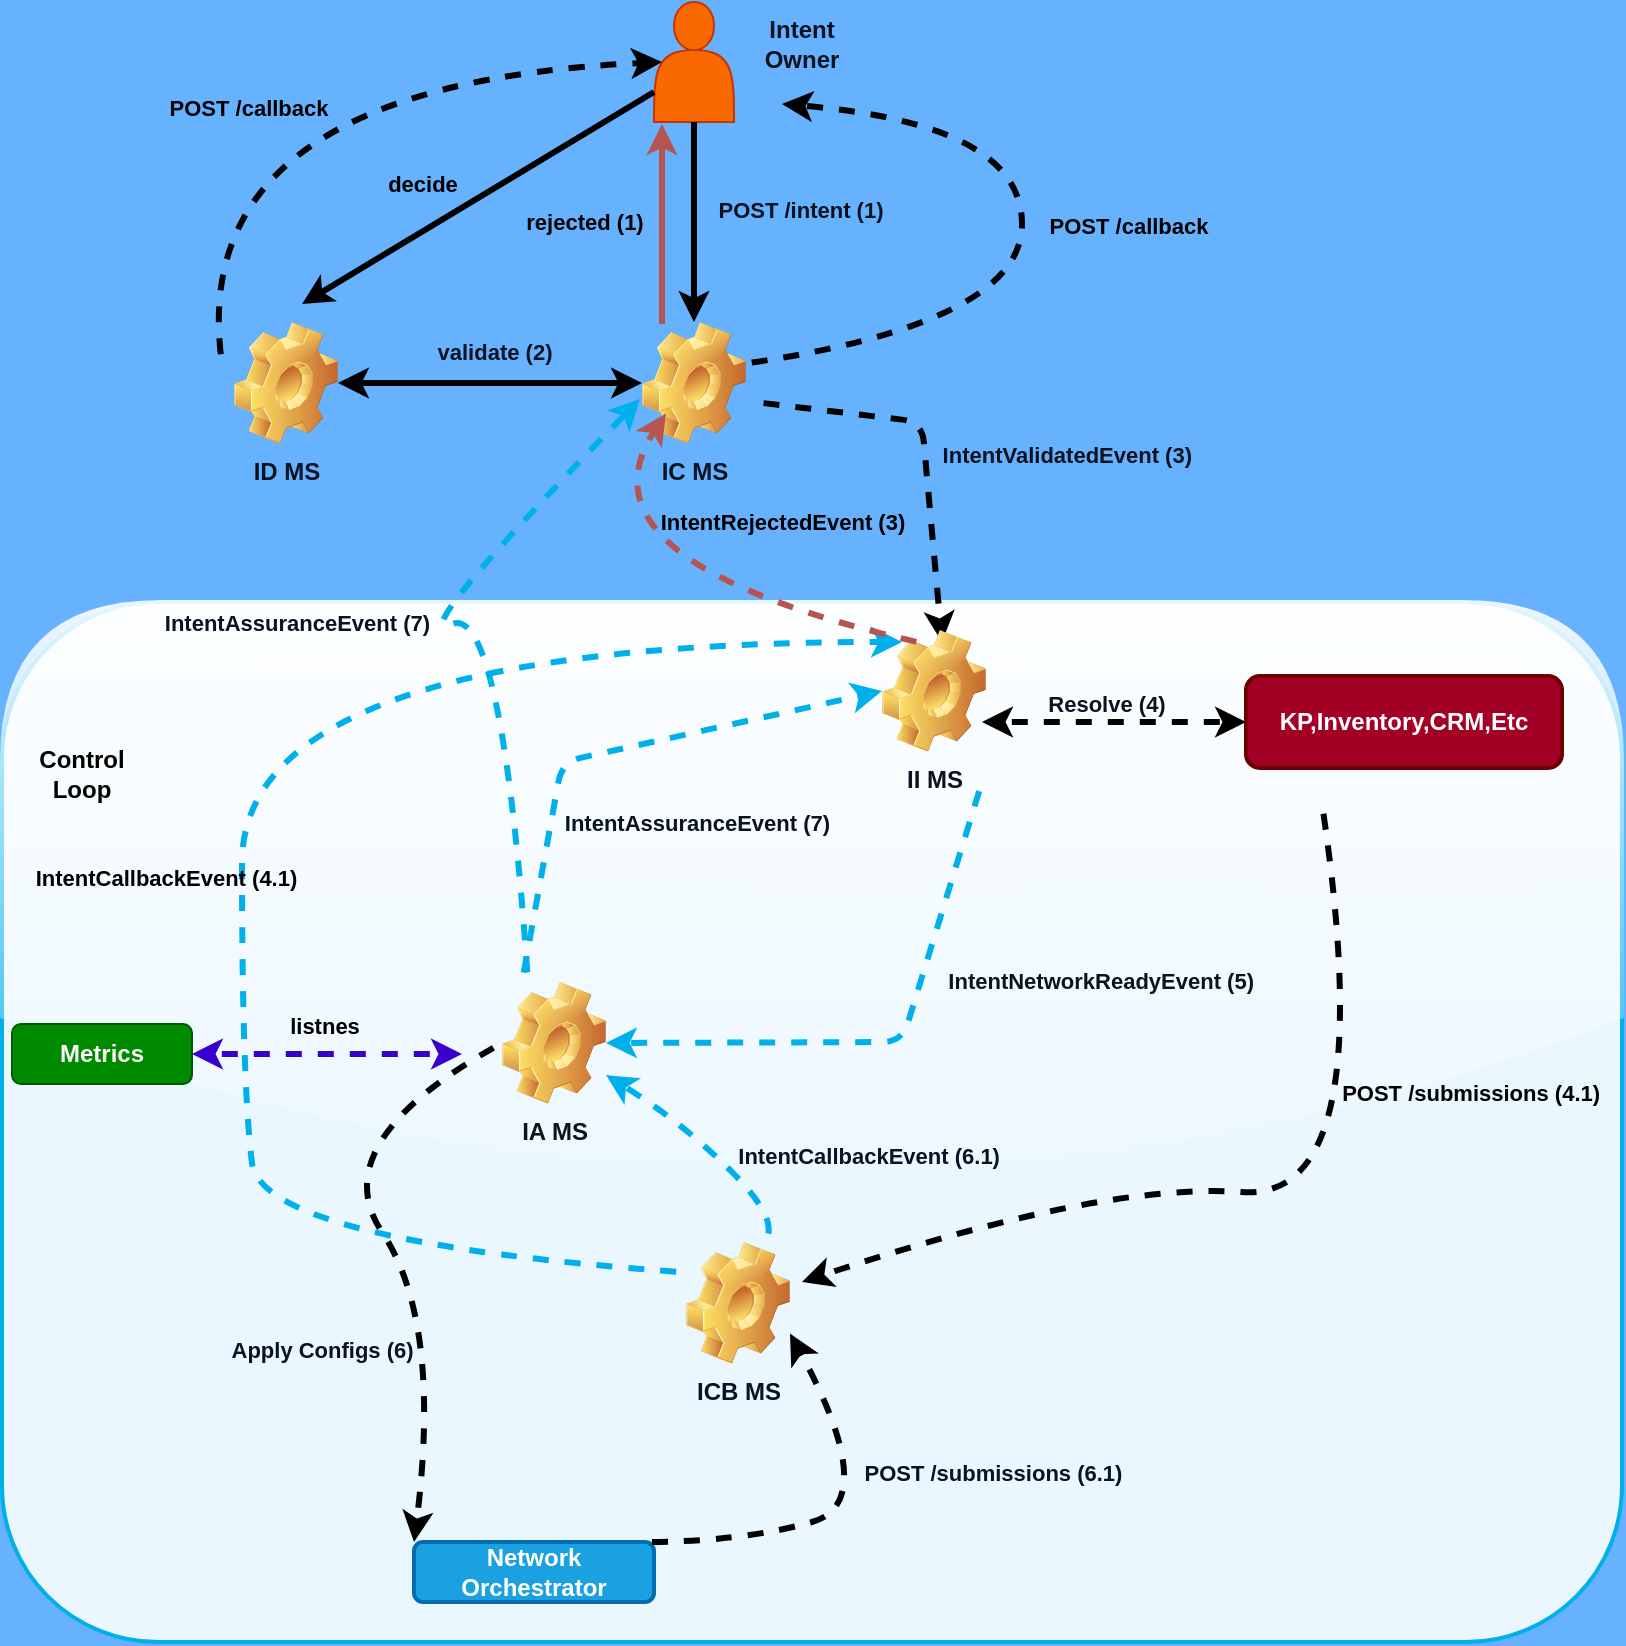
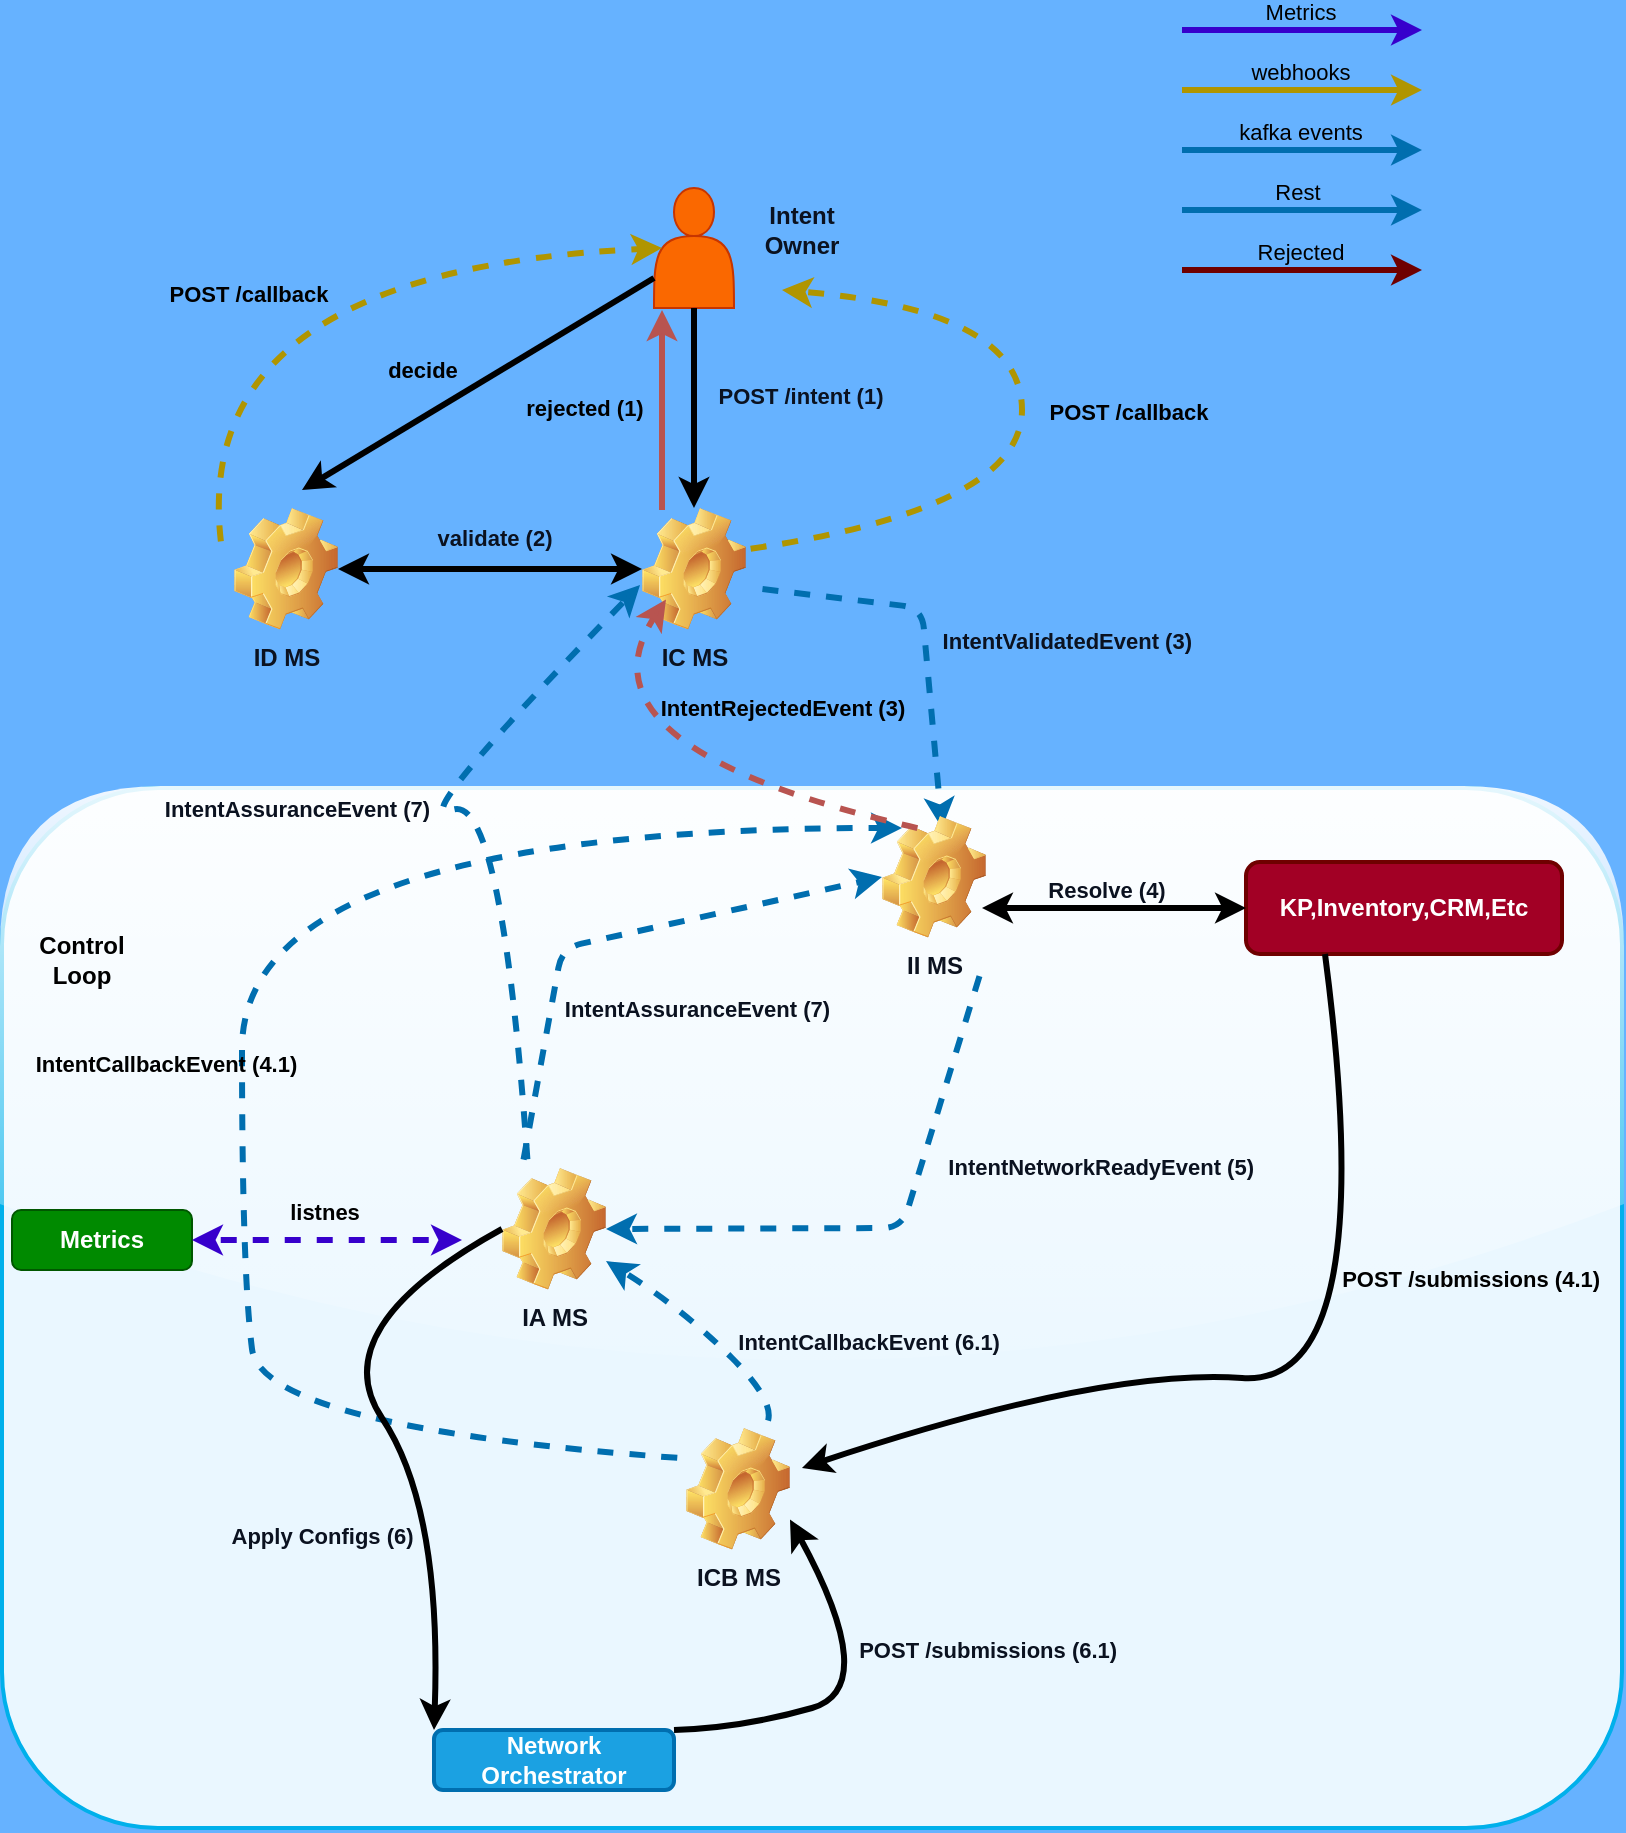
<mxfile host="65bd71144e">
    <diagram id="hkdiFI0e61aXNWWX01rr" name="Page-1">
-         <mxGraphModel dx="678" dy="638" grid="1" gridSize="10" guides="1" tooltips="1" connect="1" arrows="1" fold="1" page="1" pageScale="1" pageWidth="827" pageHeight="1169" background="#66B2FF" math="0" shadow="0">
+         <mxGraphModel dx="978" dy="638" grid="1" gridSize="10" guides="1" tooltips="1" connect="1" arrows="1" fold="1" page="1" pageScale="1" pageWidth="827" pageHeight="1169" background="#66B2FF" math="0" shadow="0">
            <root>
                <mxCell id="0"/>
                <mxCell id="1" parent="0"/>
                <mxCell id="44" value="" style="rounded=1;whiteSpace=wrap;html=1;strokeWidth=2;glass=1;shadow=0;fillStyle=auto;fillColor=#EAF7FF;fontColor=#0B1220;strokeColor=#00B0EB;" parent="1" vertex="1">
                    <mxGeometry x="10" y="449" width="810" height="520" as="geometry"/>
                </mxCell>
                <mxCell id="2" value="IA MS" style="shape=image;html=1;verticalLabelPosition=bottom;verticalAlign=top;imageAspect=1;aspect=fixed;image=img/clipart/Gear_128x128.png;container=0;fontStyle=1;fillColor=#E6F7FF;strokeColor=#00B0EB;fontColor=#0B1220;strokeWidth=2;shadow=0;" parent="1" vertex="1">
                    <mxGeometry x="260" y="639" width="52" height="61" as="geometry"/>
                </mxCell>
-                 <mxCell id="7" value="" style="endArrow=classic;html=1;shadow=0;flowAnimation=1;strokeWidth=3;strokeColor=#00B0EB;entryX=0;entryY=0.5;entryDx=0;entryDy=0;jumpStyle=arc;fontColor=#0B1220;" parent="1" target="28" edge="1">
+                 <mxCell id="7" value="" style="endArrow=classic;html=1;shadow=0;flowAnimation=1;strokeWidth=3;strokeColor=#006EAF;entryX=0;entryY=0.5;entryDx=0;entryDy=0;jumpStyle=arc;fontColor=#0B1220;fillColor=#1ba1e2;" parent="1" target="28" edge="1">
                    <mxGeometry width="50" height="50" relative="1" as="geometry">
                        <mxPoint x="270" y="639" as="sourcePoint"/>
                        <mxPoint x="430" y="489" as="targetPoint"/>
                        <Array as="points">
                            <mxPoint x="290" y="529"/>
                        </Array>
                    </mxGeometry>
                </mxCell>
                <mxCell id="9" value="IntentNetworkReadyEvent (5)" style="edgeLabel;align=center;verticalAlign=middle;resizable=0;points=[];container=0;fontColor=#0B1220;labelBackgroundColor=none;fontStyle=1;fillColor=#E8F5E9;strokeColor=#2E7D32;strokeWidth=2;shadow=0;" parent="7" vertex="1" connectable="0">
                    <mxGeometry x="0.0249" y="3" relative="1" as="geometry">
                        <mxPoint x="241" y="118" as="offset"/>
                    </mxGeometry>
                </mxCell>
-                 <mxCell id="8" value="" style="endArrow=classic;html=1;entryX=1;entryY=0.5;entryDx=0;entryDy=0;exitX=1;exitY=1;exitDx=0;exitDy=0;flowAnimation=1;jumpStyle=arc;strokeWidth=3;strokeColor=#00B0EB;fontColor=#0B1220;" parent="1" target="2" edge="1">
+                 <mxCell id="8" value="" style="endArrow=classic;html=1;entryX=1;entryY=0.5;entryDx=0;entryDy=0;exitX=1;exitY=1;exitDx=0;exitDy=0;flowAnimation=1;jumpStyle=arc;strokeWidth=3;strokeColor=#006EAF;fontColor=#0B1220;fillColor=#1ba1e2;" parent="1" target="2" edge="1">
                    <mxGeometry width="50" height="50" relative="1" as="geometry">
                        <mxPoint x="500" y="539" as="sourcePoint"/>
                        <mxPoint x="470" y="719" as="targetPoint"/>
                        <Array as="points">
                            <mxPoint x="460" y="669"/>
                        </Array>
                    </mxGeometry>
                </mxCell>
                <mxCell id="10" value="IntentAssuranceEvent (7)" style="edgeLabel;align=center;verticalAlign=middle;resizable=0;points=[];container=0;labelBackgroundColor=none;fontStyle=1;fillColor=#FFEBEE;strokeColor=#C62828;fontColor=#0B1220;strokeWidth=2;shadow=0;" parent="8" vertex="1" connectable="0">
                    <mxGeometry x="-0.196" relative="1" as="geometry">
                        <mxPoint x="-109" y="-89" as="offset"/>
                    </mxGeometry>
                </mxCell>
                <mxCell id="12" value="IC MS" style="shape=image;html=1;verticalLabelPosition=bottom;verticalAlign=top;imageAspect=1;aspect=fixed;image=img/clipart/Gear_128x128.png;fontStyle=1;fillColor=#E6F7FF;strokeColor=#00B0EB;fontColor=#0B1220;strokeWidth=2;shadow=0;" parent="1" vertex="1">
                    <mxGeometry x="330" y="309" width="52" height="61" as="geometry"/>
                </mxCell>
                <mxCell id="13" value="" style="shape=actor;whiteSpace=wrap;html=1;fillColor=#fa6800;strokeColor=#C73500;fontColor=#000000;shadow=0;" parent="1" vertex="1">
                    <mxGeometry x="336" y="149" width="40" height="60" as="geometry"/>
                </mxCell>
                <mxCell id="14" value="" style="endArrow=classic;html=1;exitX=0.5;exitY=1;exitDx=0;exitDy=0;strokeWidth=3;flowAnimation=0;strokeColor=default;fontColor=#0B1220;" parent="1" source="13" target="12" edge="1">
                    <mxGeometry width="50" height="50" relative="1" as="geometry">
                        <mxPoint x="430" y="379" as="sourcePoint"/>
                        <mxPoint x="480" y="329" as="targetPoint"/>
                    </mxGeometry>
                </mxCell>
                <mxCell id="17" value="POST /intent (1)" style="edgeLabel;html=1;align=center;verticalAlign=middle;resizable=0;points=[];fontColor=#0B1220;fontStyle=1;labelBackgroundColor=none;strokeColor=#64748B;shadow=0;" parent="14" vertex="1" connectable="0">
                    <mxGeometry x="-0.13" relative="1" as="geometry">
                        <mxPoint x="53" as="offset"/>
                    </mxGeometry>
                </mxCell>
                <mxCell id="15" value="ICB MS" style="shape=image;html=1;verticalLabelPosition=bottom;verticalAlign=top;imageAspect=1;aspect=fixed;image=img/clipart/Gear_128x128.png;fontStyle=1;fillColor=#FFF3E0;strokeColor=#F57C00;fontColor=#0B1220;strokeWidth=2;shadow=0;" parent="1" vertex="1">
                    <mxGeometry x="352" y="769" width="52" height="61" as="geometry"/>
                </mxCell>
-                 <mxCell id="16" value="" style="endArrow=classic;html=1;exitX=0.5;exitY=1;exitDx=0;exitDy=0;strokeWidth=3;flowAnimation=1;jumpStyle=arc;strokeColor=default;fontColor=#0B1220;" parent="1" edge="1">
+                 <mxCell id="16" value="" style="endArrow=classic;html=1;exitX=0.5;exitY=1;exitDx=0;exitDy=0;strokeWidth=3;flowAnimation=1;jumpStyle=arc;strokeColor=#006EAF;fontColor=#0B1220;fillColor=#1ba1e2;" parent="1" edge="1">
                    <mxGeometry width="50" height="50" relative="1" as="geometry">
                        <mxPoint x="386" y="349" as="sourcePoint"/>
                        <mxPoint x="480" y="469" as="targetPoint"/>
                        <Array as="points">
                            <mxPoint x="470" y="359"/>
                        </Array>
                    </mxGeometry>
                </mxCell>
                <mxCell id="18" value="IntentValidatedEvent (3)" style="edgeLabel;align=center;verticalAlign=middle;resizable=0;points=[];fontColor=#0B1220;fontStyle=1;labelBackgroundColor=none;strokeColor=#64748B;shadow=0;" parent="16" vertex="1" connectable="0">
                    <mxGeometry x="0.0229" y="-3" relative="1" as="geometry">
                        <mxPoint x="74" as="offset"/>
                    </mxGeometry>
                </mxCell>
                <mxCell id="21" value="Network Orchestrator" style="rounded=1;whiteSpace=wrap;html=1;fillColor=#1ba1e2;fontColor=#ffffff;strokeColor=#006EAF;fontStyle=1;strokeWidth=2;shadow=0;" parent="1" vertex="1">
-                     <mxGeometry x="216" y="919" width="120" height="30" as="geometry"/>
+                     <mxGeometry x="226" y="920" width="120" height="30" as="geometry"/>
                </mxCell>
                <mxCell id="22" value="Intent Owner" style="text;html=1;align=center;verticalAlign=middle;whiteSpace=wrap;rounded=0;fontStyle=1;fillColor=none;strokeColor=none;fontColor=#0B1220;strokeWidth=2;shadow=0;" parent="1" vertex="1">
                    <mxGeometry x="380" y="155" width="60" height="30" as="geometry"/>
                </mxCell>
                <mxCell id="23" value="KP,Inventory,CRM,Etc" style="rounded=1;whiteSpace=wrap;html=1;fillColor=#a20025;fontColor=#ffffff;strokeColor=#6F0000;fontStyle=1;strokeWidth=2;shadow=0;" parent="1" vertex="1">
                    <mxGeometry x="632" y="486" width="158" height="46" as="geometry"/>
                </mxCell>
-                 <mxCell id="25" value="" style="endArrow=classic;startArrow=classic;html=1;exitX=1;exitY=0.5;exitDx=0;exitDy=0;entryX=0;entryY=0.5;entryDx=0;entryDy=0;endSize=6;strokeWidth=3;flowAnimation=1;strokeColor=default;fontColor=#0B1220;" parent="1" target="23" edge="1">
+                 <mxCell id="25" value="" style="endArrow=classic;startArrow=classic;html=1;exitX=1;exitY=0.5;exitDx=0;exitDy=0;entryX=0;entryY=0.5;entryDx=0;entryDy=0;endSize=6;strokeWidth=3;flowAnimation=0;strokeColor=default;fontColor=#0B1220;" parent="1" target="23" edge="1">
                    <mxGeometry width="50" height="50" relative="1" as="geometry">
                        <mxPoint x="500" y="509" as="sourcePoint"/>
                        <mxPoint x="590" y="519" as="targetPoint"/>
                    </mxGeometry>
                </mxCell>
                <mxCell id="34" value="Resolve (4)" style="edgeLabel;html=1;align=center;verticalAlign=middle;resizable=0;points=[];fontStyle=1;labelBackgroundColor=none;strokeColor=#64748B;fontColor=#0B1220;shadow=0;" parent="25" vertex="1" connectable="0">
                    <mxGeometry x="-0.0667" relative="1" as="geometry">
                        <mxPoint y="-9" as="offset"/>
                    </mxGeometry>
                </mxCell>
                <mxCell id="28" value="II MS" style="shape=image;html=1;verticalLabelPosition=bottom;verticalAlign=top;imageAspect=1;aspect=fixed;image=img/clipart/Gear_128x128.png;fontStyle=1;fillColor=#E6F7FF;strokeColor=#00B0EB;fontColor=#0B1220;strokeWidth=2;shadow=0;enumerate=0;treeMoving=0;" parent="1" vertex="1">
                    <mxGeometry x="450" y="463" width="52" height="61" as="geometry"/>
                </mxCell>
                <mxCell id="29" value="ID MS" style="shape=image;html=1;verticalLabelPosition=bottom;verticalAlign=top;imageAspect=1;aspect=fixed;image=img/clipart/Gear_128x128.png;fontStyle=1;fillColor=#E6F7FF;strokeColor=#00B0EB;fontColor=#0B1220;strokeWidth=2;shadow=0;" parent="1" vertex="1">
                    <mxGeometry x="126" y="309" width="52" height="61" as="geometry"/>
                </mxCell>
                <mxCell id="30" value="" style="endArrow=classic;startArrow=classic;html=1;exitX=1;exitY=0.5;exitDx=0;exitDy=0;entryX=0;entryY=0.5;entryDx=0;entryDy=0;strokeWidth=3;flowAnimation=0;strokeColor=default;fontColor=#0B1220;" parent="1" source="29" target="12" edge="1">
                    <mxGeometry width="50" height="50" relative="1" as="geometry">
                        <mxPoint x="280" y="469" as="sourcePoint"/>
                        <mxPoint x="330" y="419" as="targetPoint"/>
                    </mxGeometry>
                </mxCell>
                <mxCell id="31" value="validate (2)" style="edgeLabel;html=1;align=center;verticalAlign=middle;resizable=0;points=[];fontStyle=1;labelBackgroundColor=none;strokeColor=#64748B;fontColor=#0B1220;shadow=0;" parent="30" vertex="1" connectable="0">
                    <mxGeometry y="2" relative="1" as="geometry">
                        <mxPoint x="2" y="-14" as="offset"/>
                    </mxGeometry>
                </mxCell>
-                 <mxCell id="32" value="" style="curved=1;endArrow=classic;html=1;strokeWidth=3;flowAnimation=1;fillColor=#0050ef;strokeColor=default;fontColor=#0B1220;" parent="1" edge="1">
+                 <mxCell id="32" value="" style="curved=1;endArrow=classic;html=1;strokeWidth=3;flowAnimation=0;fillColor=#0050ef;strokeColor=default;fontColor=#0B1220;exitX=0.25;exitY=1;exitDx=0;exitDy=0;" parent="1" edge="1" source="23">
                    <mxGeometry width="50" height="50" relative="1" as="geometry">
                        <mxPoint x="670" y="550" as="sourcePoint"/>
                        <mxPoint x="410" y="789" as="targetPoint"/>
                        <Array as="points">
                            <mxPoint x="700" y="749"/>
                            <mxPoint x="560" y="739"/>
                        </Array>
                    </mxGeometry>
                </mxCell>
-                 <mxCell id="33" value="" style="curved=1;endArrow=classic;html=1;exitX=0;exitY=0.25;exitDx=0;exitDy=0;strokeWidth=3;flowAnimation=1;fillColor=#0050ef;strokeColor=#00B0EB;fontColor=#0B1220;" parent="1" source="15" edge="1">
+                 <mxCell id="33" value="" style="curved=1;endArrow=classic;html=1;exitX=0;exitY=0.25;exitDx=0;exitDy=0;strokeWidth=3;flowAnimation=1;fillColor=#1ba1e2;strokeColor=#006EAF;fontColor=#0B1220;" parent="1" source="15" edge="1">
                    <mxGeometry width="50" height="50" relative="1" as="geometry">
                        <mxPoint x="90" y="769" as="sourcePoint"/>
                        <mxPoint x="460" y="469" as="targetPoint"/>
                        <Array as="points">
                            <mxPoint x="140" y="769"/>
                            <mxPoint x="130" y="690"/>
                            <mxPoint x="130" y="469"/>
                        </Array>
                    </mxGeometry>
                </mxCell>
-                 <mxCell id="36" value="" style="curved=1;endArrow=classic;html=1;exitX=0;exitY=0.5;exitDx=0;exitDy=0;entryX=0;entryY=0;entryDx=0;entryDy=0;strokeWidth=3;fillColor=#e3c800;strokeColor=default;flowAnimation=1;fontColor=#0B1220;" parent="1" source="2" target="21" edge="1">
+                 <mxCell id="36" value="" style="curved=1;endArrow=classic;html=1;exitX=0;exitY=0.5;exitDx=0;exitDy=0;entryX=0;entryY=0;entryDx=0;entryDy=0;strokeWidth=3;fillColor=#e3c800;strokeColor=default;flowAnimation=0;fontColor=#0B1220;" parent="1" source="2" target="21" edge="1">
                    <mxGeometry width="50" height="50" relative="1" as="geometry">
                        <mxPoint x="230" y="859" as="sourcePoint"/>
                        <mxPoint x="280" y="809" as="targetPoint"/>
                        <Array as="points">
                            <mxPoint x="170" y="719"/>
                            <mxPoint x="230" y="809"/>
                        </Array>
                    </mxGeometry>
                </mxCell>
                <mxCell id="37" value="Apply Configs (6)" style="edgeLabel;align=center;verticalAlign=middle;resizable=0;points=[];labelBackgroundColor=none;fontColor=#0B1220;fontStyle=1;strokeColor=#64748B;shadow=0;" parent="36" vertex="1" connectable="0">
                    <mxGeometry x="0.2297" y="-7" relative="1" as="geometry">
                        <mxPoint x="-47" y="20" as="offset"/>
                    </mxGeometry>
                </mxCell>
-                 <mxCell id="38" value="" style="curved=1;endArrow=classic;html=1;entryX=1;entryY=0.75;entryDx=0;entryDy=0;fillColor=#e3c800;strokeColor=default;strokeWidth=3;flowAnimation=1;fontColor=#0B1220;" parent="1" target="15" edge="1">
+                 <mxCell id="38" value="" style="curved=1;endArrow=classic;html=1;entryX=1;entryY=0.75;entryDx=0;entryDy=0;fillColor=#e3c800;strokeColor=default;strokeWidth=3;flowAnimation=0;fontColor=#0B1220;exitX=1;exitY=0;exitDx=0;exitDy=0;" parent="1" target="15" edge="1" source="21">
                    <mxGeometry width="50" height="50" relative="1" as="geometry">
                        <mxPoint x="330" y="919" as="sourcePoint"/>
                        <mxPoint x="380" y="869" as="targetPoint"/>
                        <Array as="points">
                            <mxPoint x="380" y="919"/>
                            <mxPoint x="450" y="899"/>
                        </Array>
                    </mxGeometry>
                </mxCell>
                <mxCell id="39" value="POST /submissions (6.1)" style="edgeLabel;align=center;verticalAlign=middle;resizable=0;points=[];fontStyle=1;labelBackgroundColor=none;fontColor=#0B1220;strokeColor=#64748B;shadow=0;" parent="38" vertex="1" connectable="0">
                    <mxGeometry x="0.3261" y="9" relative="1" as="geometry">
                        <mxPoint x="74" as="offset"/>
                    </mxGeometry>
                </mxCell>
-                 <mxCell id="40" value="" style="curved=1;endArrow=classic;html=1;exitX=0.75;exitY=0;exitDx=0;exitDy=0;fillColor=#e3c800;strokeColor=#00B0EB;strokeWidth=3;flowAnimation=1;fontColor=#0B1220;" parent="1" source="15" target="2" edge="1">
+                 <mxCell id="40" value="" style="curved=1;endArrow=classic;html=1;exitX=0.75;exitY=0;exitDx=0;exitDy=0;fillColor=#1ba1e2;strokeColor=#006EAF;strokeWidth=3;flowAnimation=1;fontColor=#0B1220;" parent="1" source="15" target="2" edge="1">
                    <mxGeometry width="50" height="50" relative="1" as="geometry">
                        <mxPoint x="350" y="759" as="sourcePoint"/>
                        <mxPoint x="400" y="709" as="targetPoint"/>
                        <Array as="points">
                            <mxPoint x="400" y="759"/>
                            <mxPoint x="350" y="709"/>
                        </Array>
                    </mxGeometry>
                </mxCell>
                <mxCell id="41" value="IntentCallbackEvent (6.1)" style="edgeLabel;align=center;verticalAlign=middle;resizable=0;points=[];fontStyle=1;labelBackgroundColor=none;fontColor=#0B1220;strokeColor=#64748B;shadow=0;" parent="40" vertex="1" connectable="0">
                    <mxGeometry x="-0.0281" relative="1" as="geometry">
                        <mxPoint x="78" y="1" as="offset"/>
                    </mxGeometry>
                </mxCell>
                <mxCell id="46" value="" style="endArrow=classic;html=1;exitX=0;exitY=0.75;exitDx=0;exitDy=0;strokeWidth=3;" parent="1" source="13" edge="1">
                    <mxGeometry width="50" height="50" relative="1" as="geometry">
                        <mxPoint x="170" y="220" as="sourcePoint"/>
                        <mxPoint x="160" y="300" as="targetPoint"/>
                    </mxGeometry>
                </mxCell>
                <mxCell id="47" value="decide" style="edgeLabel;html=1;align=center;verticalAlign=middle;resizable=0;points=[];labelBackgroundColor=none;fontStyle=1" parent="46" vertex="1" connectable="0">
                    <mxGeometry x="-0.0222" y="1" relative="1" as="geometry">
                        <mxPoint x="-31" y="-7" as="offset"/>
                    </mxGeometry>
                </mxCell>
                <mxCell id="48" value="Metrics" style="rounded=1;whiteSpace=wrap;html=1;fillColor=#008a00;fontColor=#ffffff;strokeColor=#005700;fontStyle=1" parent="1" vertex="1">
                    <mxGeometry x="15" y="660" width="90" height="30" as="geometry"/>
                </mxCell>
                <mxCell id="49" value="" style="endArrow=classic;startArrow=classic;html=1;exitX=1;exitY=0.5;exitDx=0;exitDy=0;strokeWidth=3;flowAnimation=1;strokeColor=#3700CC;jumpStyle=arc;fillColor=#6a00ff;" parent="1" source="48" edge="1">
                    <mxGeometry width="50" height="50" relative="1" as="geometry">
                        <mxPoint x="150" y="720" as="sourcePoint"/>
                        <mxPoint x="240" y="675" as="targetPoint"/>
                    </mxGeometry>
                </mxCell>
                <mxCell id="55" value="listnes" style="edgeLabel;html=1;align=center;verticalAlign=middle;resizable=0;points=[];labelBackgroundColor=none;fontStyle=1" parent="49" vertex="1" connectable="0">
                    <mxGeometry x="-0.0462" y="4" relative="1" as="geometry">
                        <mxPoint x="1" y="-10" as="offset"/>
                    </mxGeometry>
                </mxCell>
                <mxCell id="50" value="IntentCallbackEvent (4.1)" style="edgeLabel;align=center;verticalAlign=middle;resizable=0;points=[];fontStyle=1;labelBackgroundColor=none;fontColor=default;" parent="1" vertex="1" connectable="0">
                    <mxGeometry x="220.0011238408634" y="585.0011238408631" as="geometry">
                        <mxPoint x="-128" y="1" as="offset"/>
                    </mxGeometry>
                </mxCell>
                <mxCell id="51" value="POST /submissions (4.1)" style="edgeLabel;align=center;verticalAlign=middle;resizable=0;points=[];fontStyle=1;labelBackgroundColor=none;fontColor=default;" parent="1" vertex="1" connectable="0">
                    <mxGeometry x="744.3029013611379" y="693.5364916215115" as="geometry"/>
                </mxCell>
                <mxCell id="54" value="Control Loop" style="text;html=1;align=center;verticalAlign=middle;whiteSpace=wrap;rounded=0;fontStyle=1" parent="1" vertex="1">
                    <mxGeometry x="20" y="520" width="60" height="30" as="geometry"/>
                </mxCell>
-                 <mxCell id="56" value="" style="endArrow=classic;html=1;rounded=0;jumpStyle=arc;curved=1;strokeWidth=3;shadow=0;flowAnimation=1;" parent="1" edge="1">
+                 <mxCell id="56" value="" style="endArrow=classic;html=1;rounded=0;jumpStyle=arc;curved=1;strokeWidth=3;shadow=0;flowAnimation=1;fillColor=#e3c800;strokeColor=#B09500;" parent="1" edge="1">
                    <mxGeometry width="50" height="50" relative="1" as="geometry">
                        <mxPoint x="380" y="330" as="sourcePoint"/>
                        <mxPoint x="400" y="200" as="targetPoint"/>
                        <Array as="points">
                            <mxPoint x="520" y="310"/>
                            <mxPoint x="520" y="210"/>
                        </Array>
                    </mxGeometry>
                </mxCell>
                <mxCell id="57" value="POST /callback" style="edgeLabel;html=1;align=center;verticalAlign=middle;resizable=0;points=[];labelBackgroundColor=none;fontStyle=1" parent="56" vertex="1" connectable="0">
                    <mxGeometry x="0.0525" y="1" relative="1" as="geometry">
                        <mxPoint x="54" as="offset"/>
                    </mxGeometry>
                </mxCell>
-                 <mxCell id="58" value="" style="endArrow=classic;html=1;rounded=0;entryX=0.1;entryY=0.5;entryDx=0;entryDy=0;entryPerimeter=0;curved=1;strokeWidth=3;flowAnimation=1;" parent="1" target="13" edge="1">
+                 <mxCell id="58" value="" style="endArrow=classic;html=1;rounded=0;entryX=0.1;entryY=0.5;entryDx=0;entryDy=0;entryPerimeter=0;curved=1;strokeWidth=3;flowAnimation=1;fillColor=#e3c800;strokeColor=#B09500;" parent="1" target="13" edge="1">
                    <mxGeometry width="50" height="50" relative="1" as="geometry">
                        <mxPoint x="120" y="330" as="sourcePoint"/>
                        <mxPoint x="130" y="210" as="targetPoint"/>
                        <Array as="points">
                            <mxPoint x="100" y="190"/>
                        </Array>
                    </mxGeometry>
                </mxCell>
                <mxCell id="59" value="POST /callback" style="edgeLabel;html=1;align=center;verticalAlign=middle;resizable=0;points=[];labelBackgroundColor=none;fontStyle=1" parent="1" vertex="1" connectable="0">
                    <mxGeometry x="133" y="201.4213562373095" as="geometry"/>
                </mxCell>
                <mxCell id="60" value="" style="endArrow=classic;html=1;rounded=0;strokeWidth=3;fillColor=#f8cecc;strokeColor=#b85450;" parent="1" edge="1">
                    <mxGeometry width="50" height="50" relative="1" as="geometry">
                        <mxPoint x="340" y="310" as="sourcePoint"/>
                        <mxPoint x="340" y="210" as="targetPoint"/>
                    </mxGeometry>
                </mxCell>
                <mxCell id="61" value="rejected (1)" style="edgeLabel;html=1;align=center;verticalAlign=middle;resizable=0;points=[];labelBackgroundColor=none;fontStyle=1" parent="60" vertex="1" connectable="0">
                    <mxGeometry x="0.0312" y="1" relative="1" as="geometry">
                        <mxPoint x="-38" as="offset"/>
                    </mxGeometry>
                </mxCell>
                <mxCell id="62" value="" style="endArrow=classic;html=1;rounded=0;entryX=0;entryY=0.75;entryDx=0;entryDy=0;strokeWidth=3;fillColor=#f8cecc;strokeColor=#b85450;flowAnimation=1;jumpStyle=arc;curved=1;" parent="1" edge="1">
                    <mxGeometry width="50" height="50" relative="1" as="geometry">
                        <mxPoint x="472" y="470" as="sourcePoint"/>
                        <mxPoint x="342" y="354.75" as="targetPoint"/>
                        <Array as="points">
                            <mxPoint x="292" y="430"/>
                        </Array>
                    </mxGeometry>
                </mxCell>
                <mxCell id="63" value="IntentRejectedEvent (3)" style="edgeLabel;html=1;align=center;verticalAlign=middle;resizable=0;points=[];labelBackgroundColor=none;fontStyle=1" parent="62" vertex="1" connectable="0">
                    <mxGeometry x="0.6388" y="-23" relative="1" as="geometry">
                        <mxPoint x="66" as="offset"/>
                    </mxGeometry>
                </mxCell>
-                 <mxCell id="69" value="" style="curved=1;endArrow=classic;html=1;exitX=0.25;exitY=0;exitDx=0;exitDy=0;entryX=-0.019;entryY=0.631;entryDx=0;entryDy=0;entryPerimeter=0;strokeWidth=3;flowAnimation=1;strokeColor=#00B0EB;" parent="1" source="2" target="12" edge="1">
+                 <mxCell id="69" value="" style="curved=1;endArrow=classic;html=1;exitX=0.25;exitY=0;exitDx=0;exitDy=0;entryX=-0.019;entryY=0.631;entryDx=0;entryDy=0;entryPerimeter=0;strokeWidth=3;flowAnimation=1;strokeColor=#006EAF;fillColor=#1ba1e2;" parent="1" source="2" target="12" edge="1">
                    <mxGeometry width="50" height="50" relative="1" as="geometry">
                        <mxPoint x="210" y="520" as="sourcePoint"/>
                        <mxPoint x="260" y="470" as="targetPoint"/>
                        <Array as="points">
                            <mxPoint x="260" y="450"/>
                            <mxPoint x="210" y="470"/>
                        </Array>
                    </mxGeometry>
                </mxCell>
                <mxCell id="70" value="IntentAssuranceEvent (7)" style="edgeLabel;align=center;verticalAlign=middle;resizable=0;points=[];container=0;labelBackgroundColor=none;fontStyle=1;fillColor=#FFEBEE;strokeColor=#C62828;fontColor=#0B1220;strokeWidth=2;shadow=0;" parent="1" vertex="1" connectable="0">
                    <mxGeometry x="157.4742132325223" y="458.9588069943022" as="geometry"/>
+                 </mxCell>
+                 <mxCell id="71" value="" style="endArrow=classic;html=1;fillColor=#e3c800;strokeColor=#B09500;strokeWidth=3;" edge="1" parent="1">
+                     <mxGeometry width="50" height="50" relative="1" as="geometry">
+                         <mxPoint x="600" y="100" as="sourcePoint"/>
+                         <mxPoint x="720" y="100" as="targetPoint"/>
+                     </mxGeometry>
+                 </mxCell>
+                 <mxCell id="72" value="webhooks" style="edgeLabel;html=1;align=center;verticalAlign=middle;resizable=0;points=[];labelBackgroundColor=none;" vertex="1" connectable="0" parent="71">
+                     <mxGeometry x="-0.025" y="-1" relative="1" as="geometry">
+                         <mxPoint y="-10" as="offset"/>
+                     </mxGeometry>
+                 </mxCell>
+                 <mxCell id="73" value="" style="endArrow=classic;html=1;fillColor=#1ba1e2;strokeColor=#006EAF;strokeWidth=3;" edge="1" parent="1">
+                     <mxGeometry width="50" height="50" relative="1" as="geometry">
+                         <mxPoint x="600" y="130" as="sourcePoint"/>
+                         <mxPoint x="720" y="130" as="targetPoint"/>
+                     </mxGeometry>
+                 </mxCell>
+                 <mxCell id="74" value="kafka events" style="edgeLabel;html=1;align=center;verticalAlign=middle;resizable=0;points=[];labelBackgroundColor=none;" vertex="1" connectable="0" parent="73">
+                     <mxGeometry x="-0.025" y="-1" relative="1" as="geometry">
+                         <mxPoint y="-10" as="offset"/>
+                     </mxGeometry>
+                 </mxCell>
+                 <mxCell id="76" value="" style="endArrow=classic;html=1;fillColor=#1ba1e2;strokeColor=#006EAF;strokeWidth=3;" edge="1" parent="1">
+                     <mxGeometry width="50" height="50" relative="1" as="geometry">
+                         <mxPoint x="600" y="160" as="sourcePoint"/>
+                         <mxPoint x="720" y="160" as="targetPoint"/>
+                     </mxGeometry>
+                 </mxCell>
+                 <mxCell id="77" value="Rest&amp;nbsp;" style="edgeLabel;html=1;align=center;verticalAlign=middle;resizable=0;points=[];labelBackgroundColor=none;" vertex="1" connectable="0" parent="76">
+                     <mxGeometry x="-0.025" y="-1" relative="1" as="geometry">
+                         <mxPoint y="-10" as="offset"/>
+                     </mxGeometry>
+                 </mxCell>
+                 <mxCell id="79" value="" style="endArrow=classic;html=1;fillColor=#a20025;strokeColor=#6F0000;strokeWidth=3;" edge="1" parent="1">
+                     <mxGeometry width="50" height="50" relative="1" as="geometry">
+                         <mxPoint x="600" y="190" as="sourcePoint"/>
+                         <mxPoint x="720" y="190" as="targetPoint"/>
+                     </mxGeometry>
+                 </mxCell>
+                 <mxCell id="80" value="Rejected" style="edgeLabel;html=1;align=center;verticalAlign=middle;resizable=0;points=[];labelBackgroundColor=none;" vertex="1" connectable="0" parent="79">
+                     <mxGeometry x="-0.025" y="-1" relative="1" as="geometry">
+                         <mxPoint y="-10" as="offset"/>
+                     </mxGeometry>
+                 </mxCell>
+                 <mxCell id="83" value="" style="endArrow=classic;html=1;fillColor=#6a00ff;strokeColor=#3700CC;strokeWidth=3;" edge="1" parent="1">
+                     <mxGeometry width="50" height="50" relative="1" as="geometry">
+                         <mxPoint x="600" y="70" as="sourcePoint"/>
+                         <mxPoint x="720" y="70" as="targetPoint"/>
+                     </mxGeometry>
+                 </mxCell>
+                 <mxCell id="84" value="Metrics" style="edgeLabel;html=1;align=center;verticalAlign=middle;resizable=0;points=[];labelBackgroundColor=none;" vertex="1" connectable="0" parent="83">
+                     <mxGeometry x="-0.025" y="-1" relative="1" as="geometry">
+                         <mxPoint y="-10" as="offset"/>
+                     </mxGeometry>
                </mxCell>
            </root>
        </mxGraphModel>
    </diagram>
</mxfile>